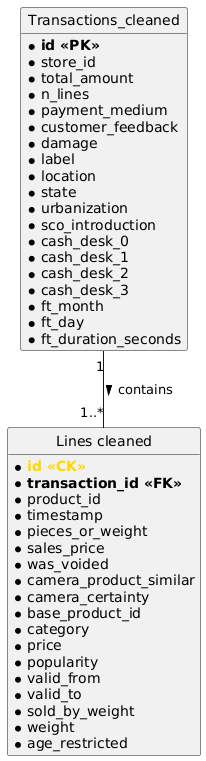
This is datenmodell_output.png from David-Leatham/project_data_science, a PlantUML export, as it was before one commit.
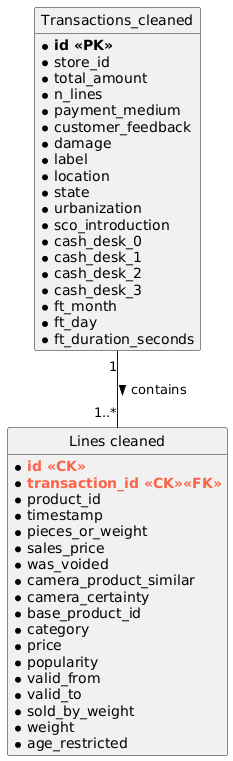
After the commit.

Change to the diagram source:
```diff
@@ -26,8 +26,8 @@
 }
 
 class "Lines cleaned" as tl {
-  * <color:Gold>**id <<CK>>**</color>
-  * **transaction_id <<FK>>**
+  * <color:Tomato>**id <<CK>>**</color>
+  * <color:Tomato>**transaction_id <<CK>><<FK>>**</color>
   * product_id
   * timestamp
   * pieces_or_weight
```
